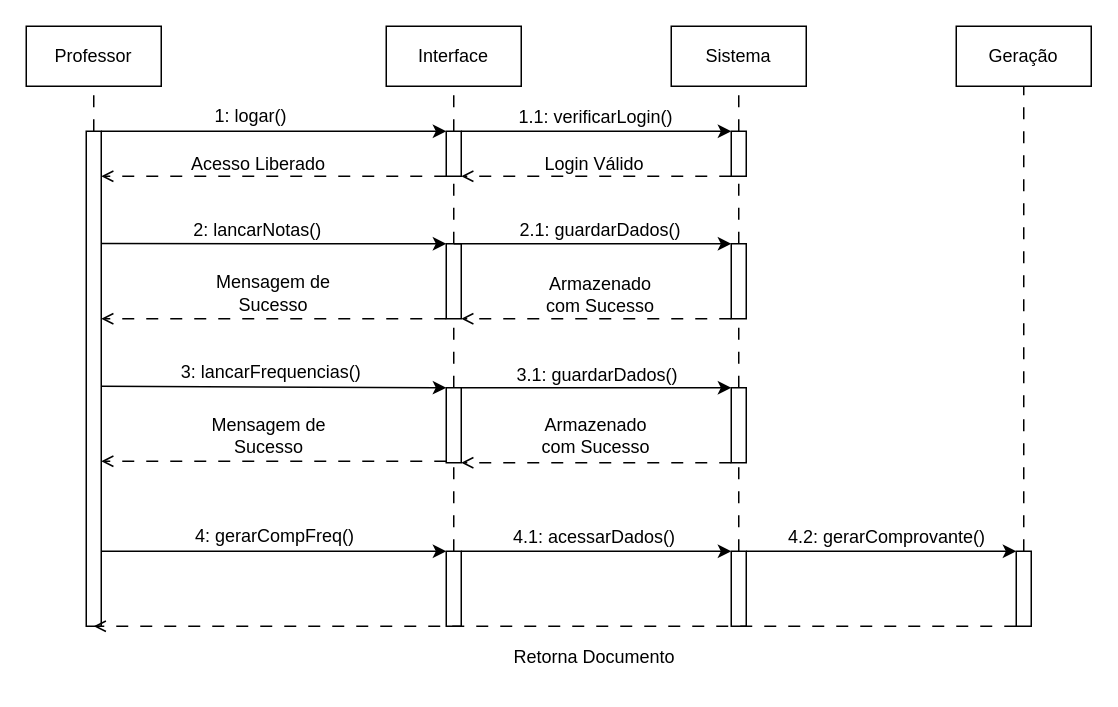
LizReis/An-lise-de-Sistemas keeps this draw.io diagram as DIAGRAMA DE SEQUENCIA.drawio. Above is the earlier version. Source tidied: cells renumbered, new cells numbered last; positions are measured from the earlier drawing's top-left corner, leaving out a move shared by most shapes. Both pictures are drawn from the tidied source at 150%, with x=0, y=0 at pixel (26, 26).
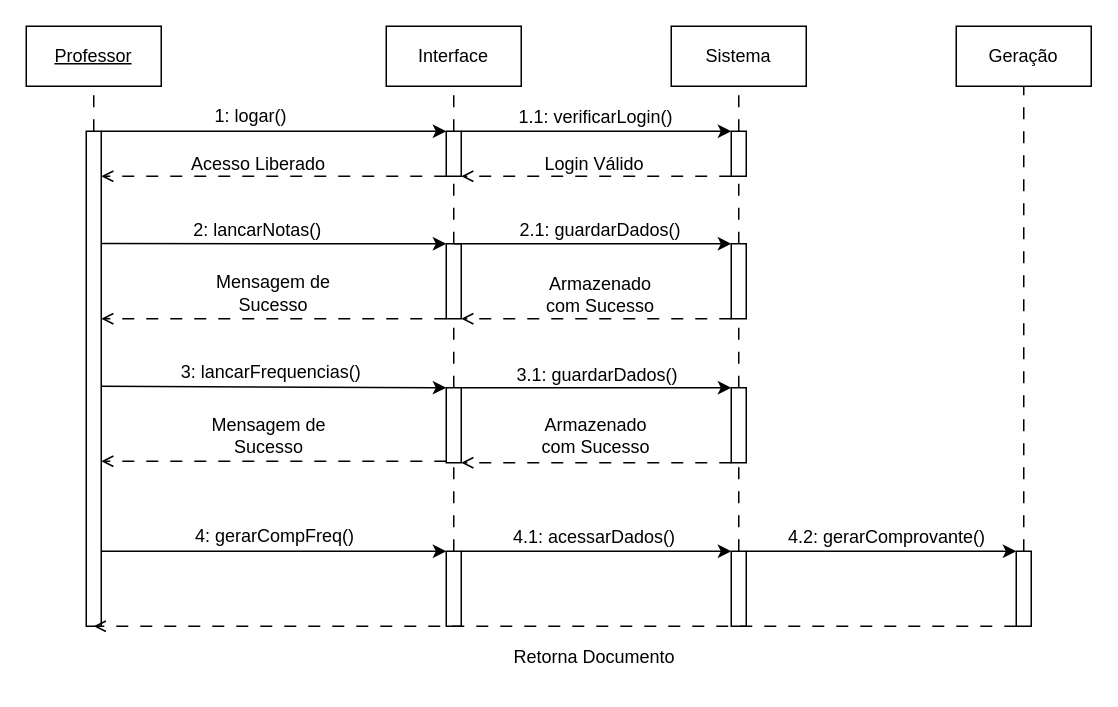
Above is the later version.

Change to the diagram source:
```diff
@@
-    <mxCell id="3" value="Professor" style="rounded=0;whiteSpace=wrap;html=1;" parent="1" vertex="1">
+    <mxCell id="3" value="&lt;u&gt;Professor&lt;/u&gt;" style="rounded=0;whiteSpace=wrap;html=1;" parent="1" vertex="1">
       <mxGeometry width="90" height="40" as="geometry" />
     </mxCell>
```
